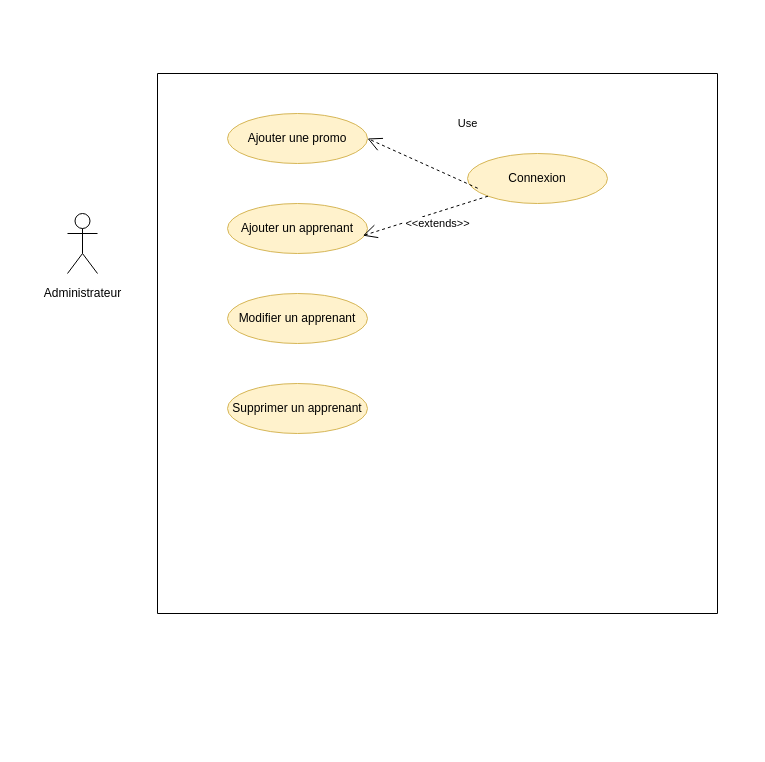
Earlier version of the draw.io diagram page "Page-2" (2 of 3) of Untitled Diagram.drawio (EpsilonCoder/E-Suivi-diagramme). Source tidied: cells renumbered, new cells numbered last; positions are measured from the earlier drawing's top-left corner, leaving out a move shared by most shapes. Both pictures are drawn from the tidied source at 100%, with x=0, y=0 at pixel (37, 73).
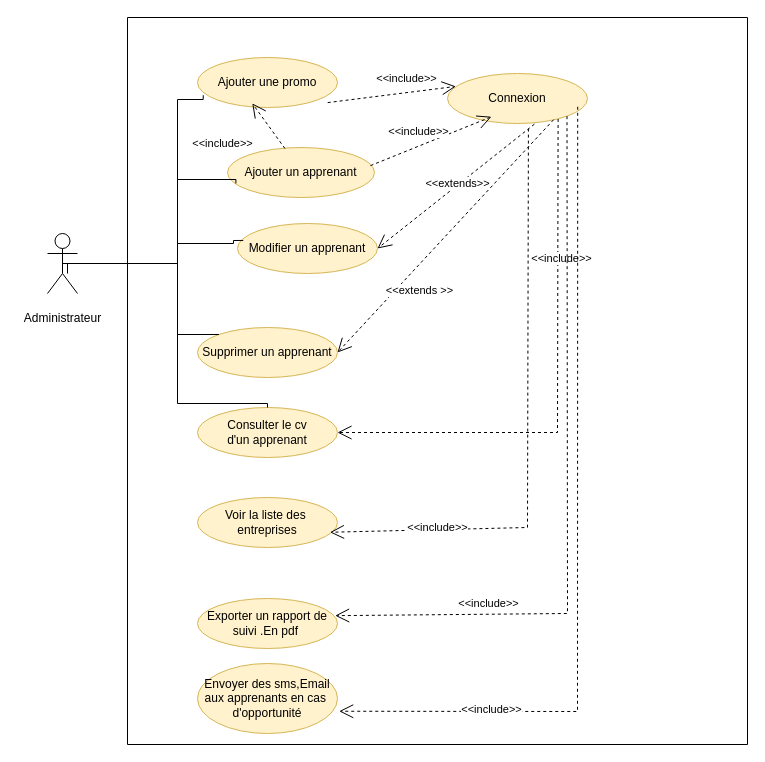
The same page after the edit.

Commit message:
User-Case-Apprenant

The change refers to these unchanged cells:
```xml
<mxCell id="4" value="Ajouter une promo" style="ellipse;whiteSpace=wrap;html=1;fillColor=#fff2cc;strokeColor=#d6b656;" parent="3" vertex="1">
  <mxGeometry x="70" y="40" width="140" height="50" as="geometry" />
</mxCell>
<mxCell id="7" value="Supprimer un apprenant" style="ellipse;whiteSpace=wrap;html=1;fillColor=#fff2cc;strokeColor=#d6b656;" parent="3" vertex="1">
  <mxGeometry x="70" y="310" width="140" height="50" as="geometry" />
</mxCell>
```

Diff of the diagram source:
```diff
@@
     <mxCell id="2" style="shape=umlActor;verticalLabelPosition=bottom;verticalAlign=top;html=1;outlineConnect=0;" parent="1" vertex="1">
-      <mxGeometry x="30" y="140" width="30" height="60" as="geometry" />
+      <mxGeometry x="10" y="160" width="30" height="60" as="geometry" />
     </mxCell>
     <mxCell id="3" style="swimlane;startSize=0;" parent="1" vertex="1">
-      <mxGeometry x="120" width="560" height="540" as="geometry" />
+      <mxGeometry x="90" y="-56" width="620" height="727" as="geometry" />
     </mxCell>
@@
     <mxCell id="5" value="Ajouter un apprenant" style="ellipse;whiteSpace=wrap;html=1;fillColor=#fff2cc;strokeColor=#d6b656;" parent="3" vertex="1">
-      <mxGeometry x="70" y="130" width="140" height="50" as="geometry" />
+      <mxGeometry x="100" y="130" width="147" height="50" as="geometry" />
     </mxCell>
     <mxCell id="6" value="Modifier un apprenant" style="ellipse;whiteSpace=wrap;html=1;fillColor=#fff2cc;strokeColor=#d6b656;" parent="3" vertex="1">
-      <mxGeometry x="70" y="220" width="140" height="50" as="geometry" />
+      <mxGeometry x="110" y="206" width="140" height="50" as="geometry" />
     </mxCell>
@@
     <mxCell id="8" value="Connexion" style="ellipse;whiteSpace=wrap;html=1;fillColor=#fff2cc;strokeColor=#d6b656;" parent="3" vertex="1">
-      <mxGeometry x="310" y="80" width="140" height="50" as="geometry" />
+      <mxGeometry x="320" y="56" width="140" height="50" as="geometry" />
     </mxCell>
-    <mxCell id="9" value="Use" style="endArrow=open;endSize=12;dashed=1;html=1;rounded=0;exitX=0.073;exitY=0.695;exitDx=0;exitDy=0;exitPerimeter=0;entryX=1;entryY=0.5;entryDx=0;entryDy=0;" parent="3" edge="1" source="8" target="4">
-      <mxGeometry x="-0.41" y="-55" relative="1" as="geometry" />
+    <mxCell id="9" value="&amp;lt;&amp;lt;include&amp;gt;&amp;gt;" style="endArrow=open;endSize=12;dashed=1;html=1;rounded=0;exitX=0.93;exitY=0.902;exitDx=0;exitDy=0;exitPerimeter=0;entryX=0.06;entryY=0.258;entryDx=0;entryDy=0;entryPerimeter=0;" parent="3" edge="1" source="4" target="8">
+      <mxGeometry x="0.25" y="14" relative="1" as="geometry" />
     </mxCell>
-    <mxCell id="10" value="&amp;lt;&amp;lt;extends&amp;gt;&amp;gt;" style="endArrow=open;endSize=12;dashed=1;html=1;rounded=0;exitX=0;exitY=1;exitDx=0;exitDy=0;entryX=0.967;entryY=0.643;entryDx=0;entryDy=0;entryPerimeter=0;" parent="3" edge="1" source="8" target="5">
-      <mxGeometry x="-0.14" y="11" relative="1" as="geometry" />
+    <mxCell id="10" value="&amp;lt;&amp;lt;include&amp;gt;&amp;gt;" style="endArrow=open;endSize=12;dashed=1;html=1;rounded=0;entryX=0.314;entryY=0.865;entryDx=0;entryDy=0;entryPerimeter=0;exitX=0.973;exitY=0.362;exitDx=0;exitDy=0;exitPerimeter=0;" parent="3" edge="1" source="5" target="8">
+      <mxGeometry x="-0.12" y="14" relative="1" as="geometry" />
     </mxCell>
+    <mxCell id="12" value="&amp;lt;&amp;lt;extends&amp;gt;&amp;gt;" style="endArrow=open;endSize=12;dashed=1;html=1;rounded=0;exitX=0.621;exitY=1.013;exitDx=0;exitDy=0;exitPerimeter=0;entryX=1;entryY=0.5;entryDx=0;entryDy=0;" parent="3" edge="1" source="8" target="6">
+      <mxGeometry x="-0.02" y="-2" relative="1" as="geometry">
+        <mxPoint x="1" as="offset" />
+      </mxGeometry>
+    </mxCell>
+    <mxCell id="13" value="&amp;lt;&amp;lt;extends &amp;gt;&amp;gt;" style="endArrow=open;endSize=12;dashed=1;html=1;rounded=0;exitX=0.758;exitY=0.924;exitDx=0;exitDy=0;exitPerimeter=0;entryX=1;entryY=0.5;entryDx=0;entryDy=0;" parent="3" edge="1" source="8" target="7">
+      <mxGeometry x="0.36" y="18" relative="1" as="geometry" />
+    </mxCell>
+    <mxCell id="14" value="Consulter le cv&lt;br&gt;d'un apprenant" style="ellipse;whiteSpace=wrap;html=1;fillColor=#fff2cc;strokeColor=#d6b656;" parent="3" vertex="1">
+      <mxGeometry x="70" y="390" width="140" height="50" as="geometry" />
+    </mxCell>
+    <mxCell id="15" value="&amp;lt;&amp;lt;include&amp;gt;&amp;gt;" style="endArrow=open;endSize=12;dashed=1;html=1;rounded=0;exitX=0.79;exitY=0.91;exitDx=0;exitDy=0;exitPerimeter=0;entryX=1;entryY=0.5;entryDx=0;entryDy=0;" parent="3" edge="1" source="8" target="14">
+      <mxGeometry x="-0.48" y="4" relative="1" as="geometry">
+        <Array as="points">
+          <mxPoint x="430" y="415" />
+        </Array>
+      </mxGeometry>
+    </mxCell>
+    <mxCell id="16" value="Voir la liste des&amp;nbsp;&lt;br&gt;entreprises" style="ellipse;whiteSpace=wrap;html=1;fillColor=#fff2cc;strokeColor=#d6b656;" parent="3" vertex="1">
+      <mxGeometry x="70" y="480" width="140" height="50" as="geometry" />
+    </mxCell>
+    <mxCell id="17" value="&amp;lt;&amp;lt;include&amp;gt;&amp;gt;" style="endArrow=open;endSize=12;dashed=1;html=1;rounded=0;exitX=0.578;exitY=1.102;exitDx=0;exitDy=0;exitPerimeter=0;entryX=0.946;entryY=0.695;entryDx=0;entryDy=0;entryPerimeter=0;" parent="3" edge="1" source="8" target="16">
+      <mxGeometry x="0.64" y="-2" relative="1" as="geometry">
+        <Array as="points">
+          <mxPoint x="400" y="510" />
+        </Array>
+      </mxGeometry>
+    </mxCell>
+    <mxCell id="18" value="Exporter un rapport de suivi .En pdf&amp;nbsp;" style="ellipse;whiteSpace=wrap;html=1;fillColor=#fff2cc;strokeColor=#d6b656;" parent="3" vertex="1">
+      <mxGeometry x="70" y="581" width="140" height="50" as="geometry" />
+    </mxCell>
+    <mxCell id="19" value="&amp;lt;&amp;lt;include&amp;gt;&amp;gt;" style="endArrow=open;endSize=12;dashed=1;html=1;rounded=0;exitX=0.391;exitY=0.021;exitDx=0;exitDy=0;exitPerimeter=0;entryX=0.391;entryY=0.917;entryDx=0;entryDy=0;entryPerimeter=0;" parent="3" edge="1" source="5" target="4">
+      <mxGeometry x="0.47" y="48" relative="1" as="geometry" />
+    </mxCell>
+    <mxCell id="20" value="&amp;lt;&amp;lt;include&amp;gt;&amp;gt;" style="endArrow=open;endSize=12;dashed=1;html=1;rounded=0;entryX=0.983;entryY=0.343;entryDx=0;entryDy=0;entryPerimeter=0;exitX=1;exitY=1;exitDx=0;exitDy=0;" parent="3" edge="1" source="8" target="18">
+      <mxGeometry x="0.58" y="-11" relative="1" as="geometry">
+        <Array as="points">
+          <mxPoint x="440" y="596" />
+        </Array>
+      </mxGeometry>
+    </mxCell>
+    <mxCell id="21" value="Envoyer des sms,Email&lt;br&gt;aux apprenants en cas&amp;nbsp;&lt;br&gt;d'opportunité" style="ellipse;whiteSpace=wrap;html=1;fillColor=#fff2cc;strokeColor=#d6b656;" parent="3" vertex="1">
+      <mxGeometry x="70" y="646" width="140" height="70" as="geometry" />
+    </mxCell>
+    <mxCell id="22" value="&amp;lt;&amp;lt;include&amp;gt;&amp;gt;" style="endArrow=open;endSize=12;dashed=1;html=1;rounded=0;exitX=0.93;exitY=0.665;exitDx=0;exitDy=0;exitPerimeter=0;entryX=1.012;entryY=0.682;entryDx=0;entryDy=0;entryPerimeter=0;" parent="3" edge="1" source="8" target="21">
+      <mxGeometry x="0.64" y="-2" relative="1" as="geometry">
+        <Array as="points">
+          <mxPoint x="450" y="694" />
+        </Array>
+      </mxGeometry>
+    </mxCell>
     <mxCell id="11" value="Administrateur" style="text;html=1;align=center;verticalAlign=middle;strokeColor=none;fillColor=none;" parent="1" vertex="1">
-      <mxGeometry y="210" width="90" height="20" as="geometry" />
+      <mxGeometry x="-20" y="235" width="90" height="20" as="geometry" />
     </mxCell>
+    <mxCell id="23" style="endArrow=none;html=1;edgeStyle=orthogonalEdgeStyle;rounded=0;entryX=0.041;entryY=0.754;entryDx=0;entryDy=0;entryPerimeter=0;exitX=0.5;exitY=0.5;exitDx=0;exitDy=0;exitPerimeter=0;" parent="1" edge="1" source="2" target="4">
+      <mxGeometry relative="1" as="geometry">
+        <Array as="points">
+          <mxPoint x="140" y="190" />
+          <mxPoint x="140" y="26" />
+          <mxPoint x="166" y="26" />
+        </Array>
+      </mxGeometry>
+    </mxCell>
+    <mxCell id="24" style="endArrow=none;html=1;edgeStyle=orthogonalEdgeStyle;rounded=0;entryX=0.057;entryY=0.717;entryDx=0;entryDy=0;entryPerimeter=0;exitX=0.5;exitY=0.5;exitDx=0;exitDy=0;exitPerimeter=0;" parent="1" edge="1" source="2" target="5">
+      <mxGeometry relative="1" as="geometry">
+        <Array as="points">
+          <mxPoint x="140" y="190" />
+          <mxPoint x="140" y="106" />
+        </Array>
+      </mxGeometry>
+    </mxCell>
+    <mxCell id="25" style="endArrow=none;html=1;edgeStyle=orthogonalEdgeStyle;rounded=0;entryX=0.041;entryY=0.339;entryDx=0;entryDy=0;entryPerimeter=0;" parent="1" edge="1" target="6">
+      <mxGeometry relative="1" as="geometry">
+        <mxPoint x="30" y="200" as="sourcePoint" />
+        <Array as="points">
+          <mxPoint x="30" y="190" />
+          <mxPoint x="140" y="190" />
+          <mxPoint x="140" y="170" />
+          <mxPoint x="196" y="170" />
+        </Array>
+      </mxGeometry>
+    </mxCell>
+    <mxCell id="26" style="endArrow=none;html=1;edgeStyle=orthogonalEdgeStyle;rounded=0;exitX=0.5;exitY=0.5;exitDx=0;exitDy=0;exitPerimeter=0;" parent="1" edge="1" source="2" target="7">
+      <mxGeometry relative="1" as="geometry">
+        <Array as="points">
+          <mxPoint x="140" y="190" />
+          <mxPoint x="140" y="261" />
+        </Array>
+      </mxGeometry>
+    </mxCell>
+    <mxCell id="27" style="endArrow=none;html=1;edgeStyle=orthogonalEdgeStyle;rounded=0;exitX=0.5;exitY=0.5;exitDx=0;exitDy=0;exitPerimeter=0;" parent="1" edge="1" source="2" target="14">
+      <mxGeometry relative="1" as="geometry">
+        <Array as="points">
+          <mxPoint x="140" y="190" />
+          <mxPoint x="140" y="330" />
+        </Array>
+      </mxGeometry>
+    </mxCell>
```
